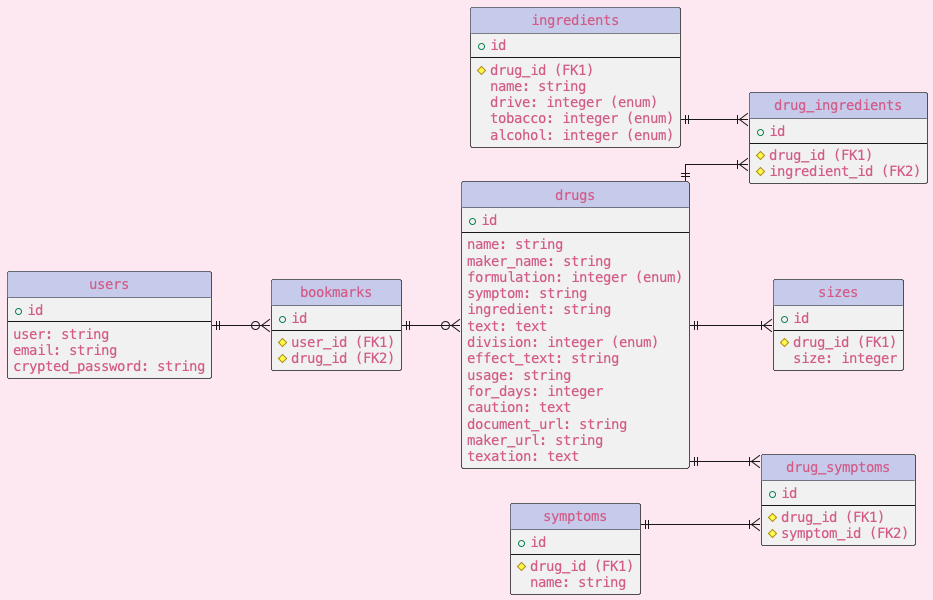
Before: out/@startuml/@startuml.png, a diagram exported from PlantUML (CarbazochromeT/drug_app).
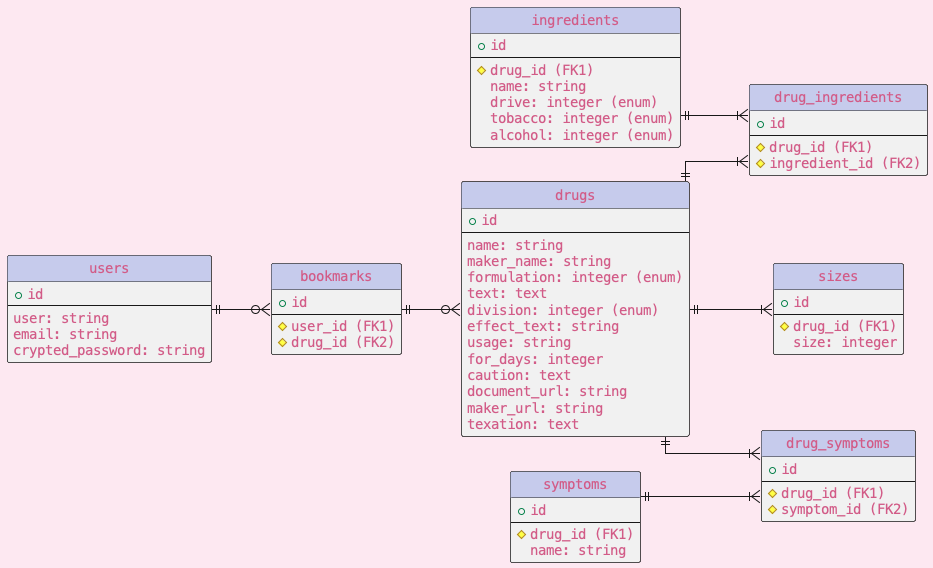
After the commit.

Commit message:
symptom、size、ingredientカラムの削除

Diff of the diagram source:
```diff
@@ -17,8 +17,6 @@
 name: string
 maker_name: string
 formulation: integer (enum)
-symptom: string
-ingredient: string
 text: text
 division: integer (enum)
 effect_text: string
```
